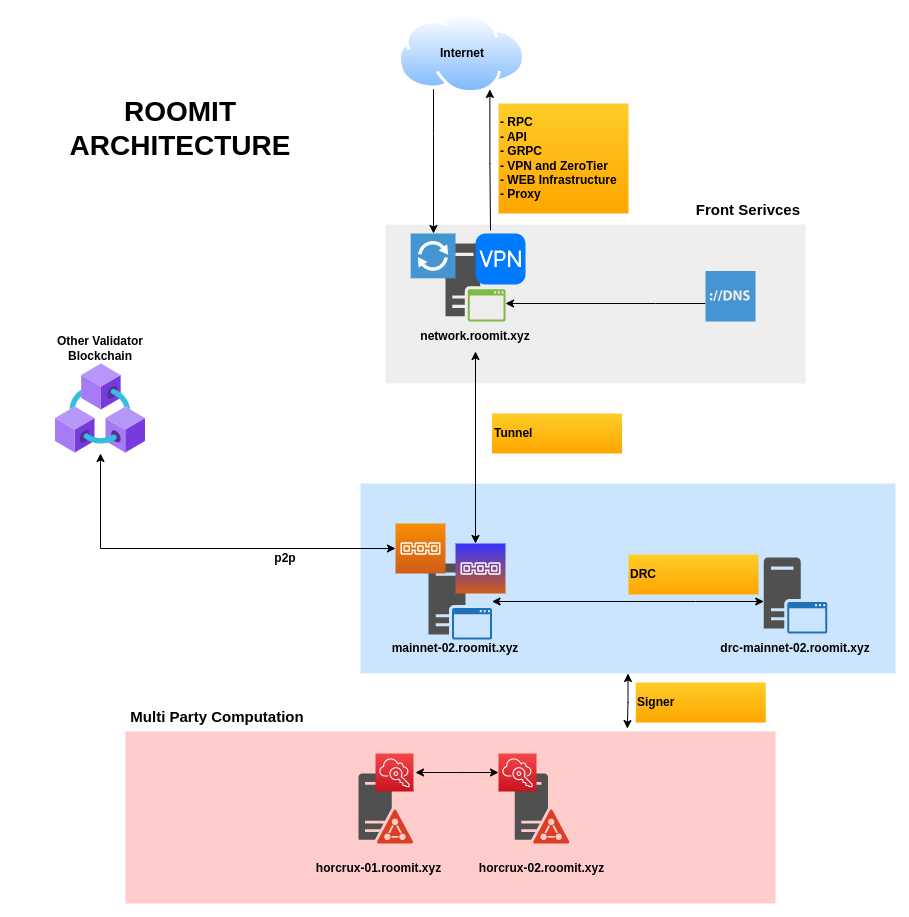
The draw.io diagram img/powered/RoomIT-Network.png in roomit-xyz/stake.roomit.xyz, before a commit. Source tidied: cells renumbered, new cells last; positions are measured from the earlier drawing's top-left corner, leaving out a move shared by most shapes.
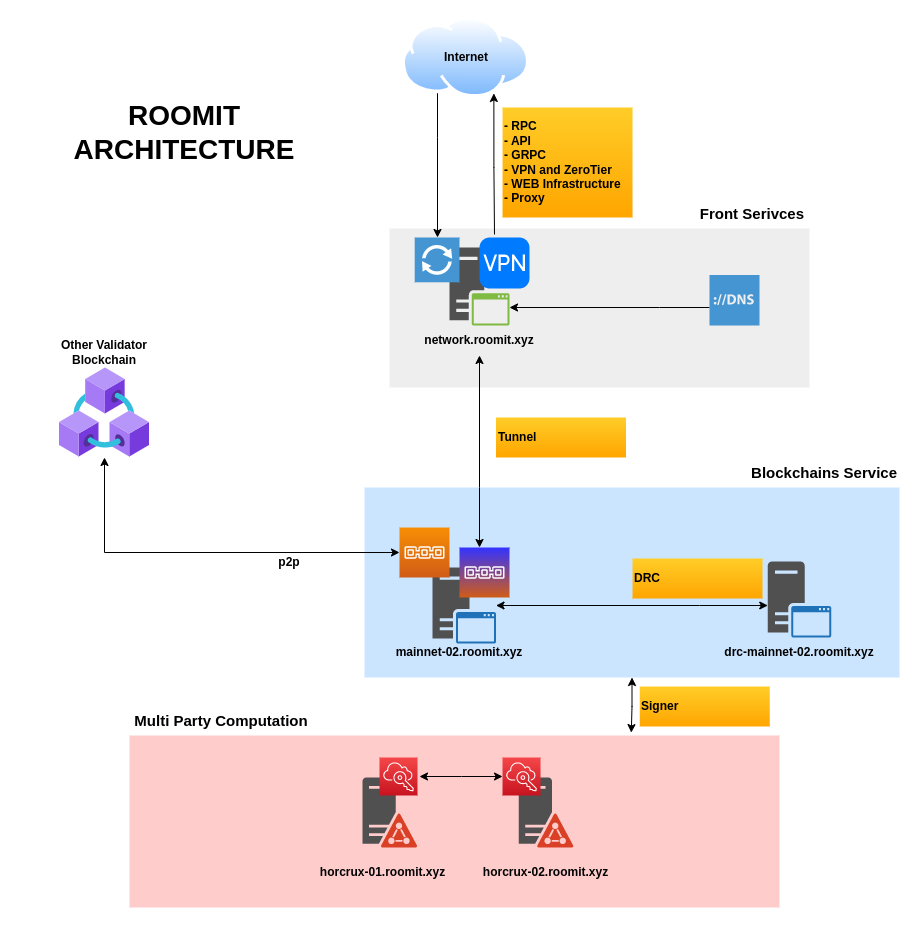
Later version of the same file.

Commit message:
Change DIagram Infrastructure

What changed in the source:
```diff
@@ -147,5 +147,8 @@
     <mxCell id="42" value="Tunnel" style="whiteSpace=wrap;html=1;fillColor=#ffcd28;gradientColor=#ffa500;strokeColor=none;align=left;fontStyle=1;" parent="1" vertex="1">
       <mxGeometry x="476.5" y="400" width="130" height="40" as="geometry" />
     </mxCell>
+    <mxCell id="43" value="Blockchains Service" style="text;html=1;strokeColor=none;fillColor=none;align=right;verticalAlign=middle;whiteSpace=wrap;rounded=0;fontStyle=1;fontSize=15;" parent="1" vertex="1">
+      <mxGeometry x="690" y="440" width="190" height="30" as="geometry" />
+    </mxCell>
   </root>
 </mxGraphModel>
```
